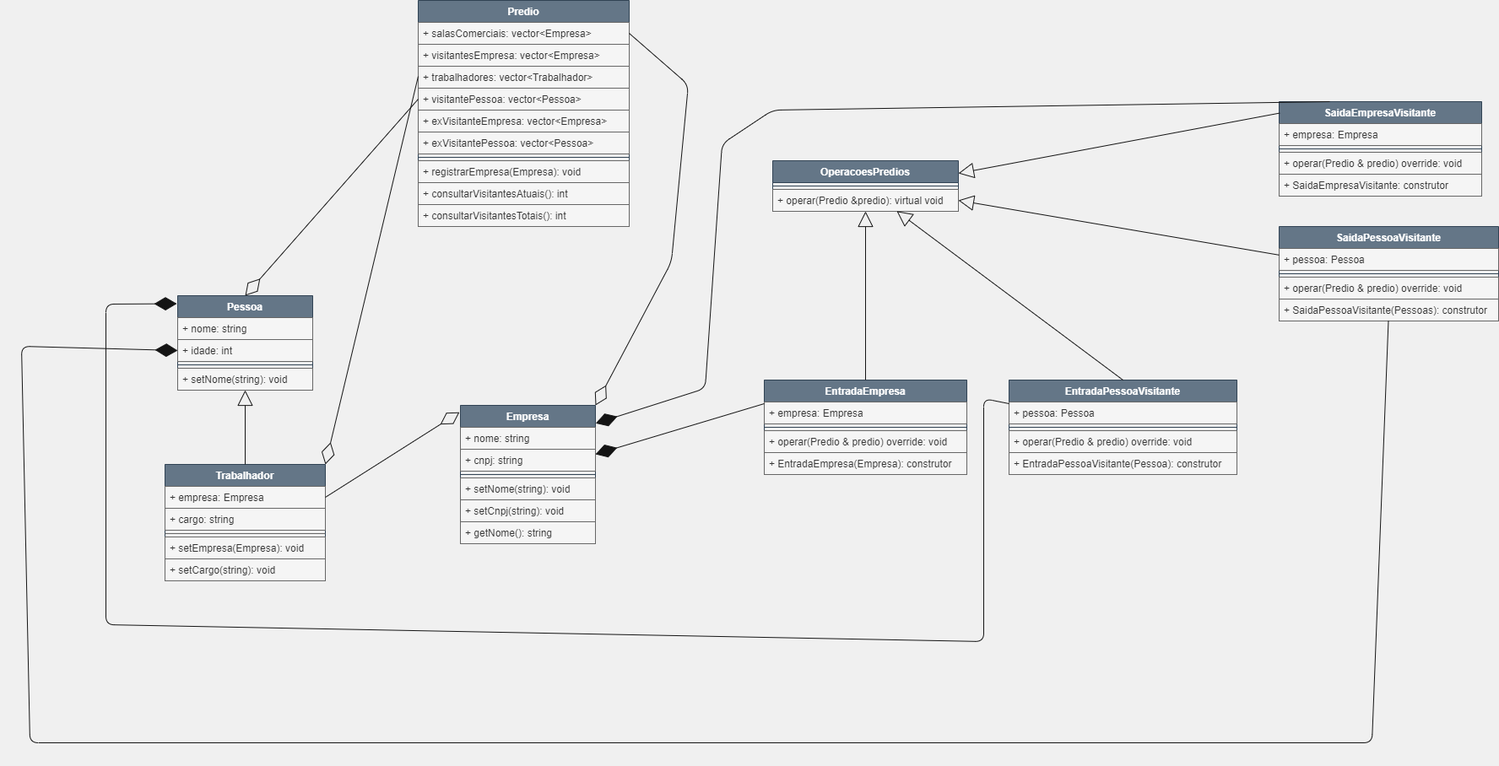
Before: semestre_2/POO/avaliacao_1/diagrama.png, a diagram exported from draw.io (cauafelipe1/BCC). Source tidied: cells renumbered, new cells last; positions are measured from the earlier drawing's top-left corner, leaving out a move shared by most shapes.
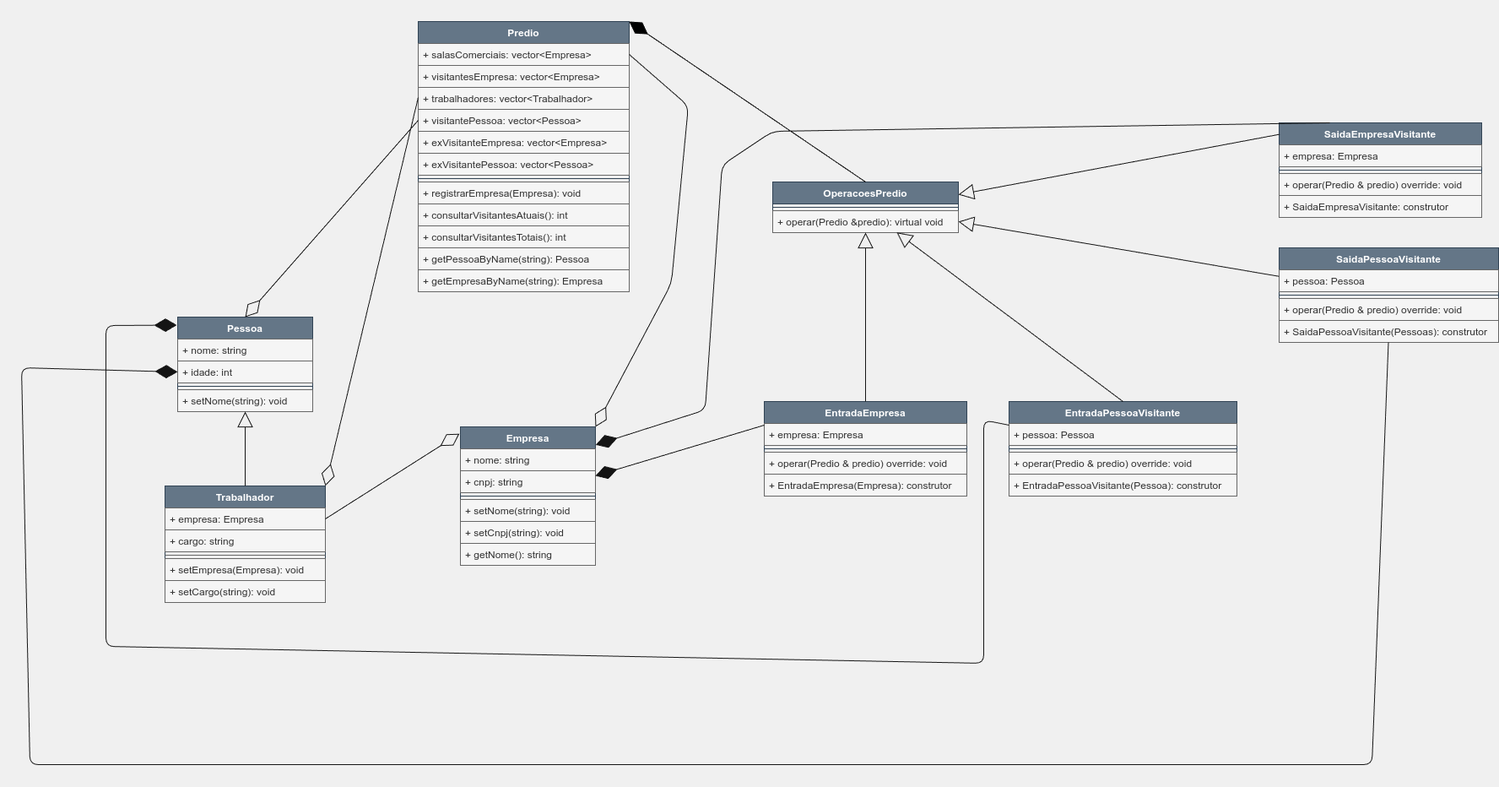
Later version of the same file.

Commit message:
refac: diagram updated and code comments addition

Change to the diagram source:
```diff
@@ -63,7 +63,7 @@
       <mxGeometry relative="1" as="geometry" />
     </mxCell>
     <mxCell id="22" value="Predio" style="swimlane;fontStyle=1;align=center;verticalAlign=top;horizontal=1;startSize=26;fillStyle=solid;fillColor=#647687;strokeColor=#314354;fontColor=#ffffff;" parent="1" vertex="1">
-      <mxGeometry x="470" width="250" height="268" as="geometry" />
+      <mxGeometry x="470" width="250" height="320" as="geometry" />
     </mxCell>
     <mxCell id="23" value="+ salasComerciais: vector&lt;Empresa&gt;" style="text;strokeColor=#666666;fillColor=#f5f5f5;align=left;verticalAlign=top;spacingLeft=4;spacingRight=4;overflow=hidden;points=[[0,0.5],[1,0.5]];portConstraint=eastwest;fontColor=#333333;" parent="22" vertex="1">
       <mxGeometry y="26" width="250" height="26" as="geometry" />
@@ -95,6 +95,12 @@
     <mxCell id="32" value="+ consultarVisitantesTotais(): int" style="text;strokeColor=#666666;fillColor=#f5f5f5;align=left;verticalAlign=top;spacingLeft=4;spacingRight=4;overflow=hidden;fontColor=#333333;" parent="22" vertex="1">
       <mxGeometry y="242" width="250" height="26" as="geometry" />
     </mxCell>
+    <mxCell id="67" value="+ getPessoaByName(string): Pessoa" style="text;strokeColor=#666666;fillColor=#f5f5f5;align=left;verticalAlign=top;spacingLeft=4;spacingRight=4;overflow=hidden;fontColor=#333333;" parent="22" vertex="1">
+      <mxGeometry y="268" width="250" height="26" as="geometry" />
+    </mxCell>
+    <mxCell id="68" value="+ getEmpresaByName(string): Empresa" style="text;strokeColor=#666666;fillColor=#f5f5f5;align=left;verticalAlign=top;spacingLeft=4;spacingRight=4;overflow=hidden;fontColor=#333333;" parent="22" vertex="1">
+      <mxGeometry y="294" width="250" height="26" as="geometry" />
+    </mxCell>
     <mxCell id="33" style="endArrow=diamondThin;endFill=0;endSize=24;html=1;strokeColor=#141414;fontColor=#080808;exitX=1;exitY=0.5;exitDx=0;exitDy=0;entryX=1;entryY=0;entryDx=0;entryDy=0;" parent="1" edge="1" source="23" target="14">
       <mxGeometry relative="1" as="geometry">
         <Array as="points">
@@ -111,7 +117,7 @@
         <mxPoint x="470" y="90" as="sourcePoint" />
       </mxGeometry>
     </mxCell>
-    <mxCell id="36" value="OperacoesPredios" style="swimlane;fontStyle=1;align=center;verticalAlign=top;horizontal=1;startSize=26;fillStyle=solid;fillColor=#647687;strokeColor=#314354;fontColor=#ffffff;" parent="1" vertex="1">
+    <mxCell id="36" value="OperacoesPredio" style="swimlane;fontStyle=1;align=center;verticalAlign=top;horizontal=1;startSize=26;fillStyle=solid;fillColor=#647687;strokeColor=#314354;fontColor=#ffffff;" parent="1" vertex="1">
       <mxGeometry x="890" y="190" width="220" height="60" as="geometry" />
     </mxCell>
     <mxCell id="37" style="line;strokeWidth=1;fillColor=none;align=left;verticalAlign=middle;spacingTop=-1;spacingLeft=3;spacingRight=3;labelPosition=right;strokeColor=inherit;fontColor=#080808;" parent="36" vertex="1">
@@ -223,5 +229,8 @@
         </Array>
       </mxGeometry>
     </mxCell>
+    <mxCell id="69" style="endArrow=diamondThin;endFill=1;endSize=24;html=1;rounded=0;exitX=0.5;exitY=0;exitDx=0;exitDy=0;entryX=1;entryY=0;entryDx=0;entryDy=0;" parent="1" edge="1" source="36" target="22">
+      <mxGeometry relative="1" as="geometry" />
+    </mxCell>
   </root>
 </mxGraphModel>
```
